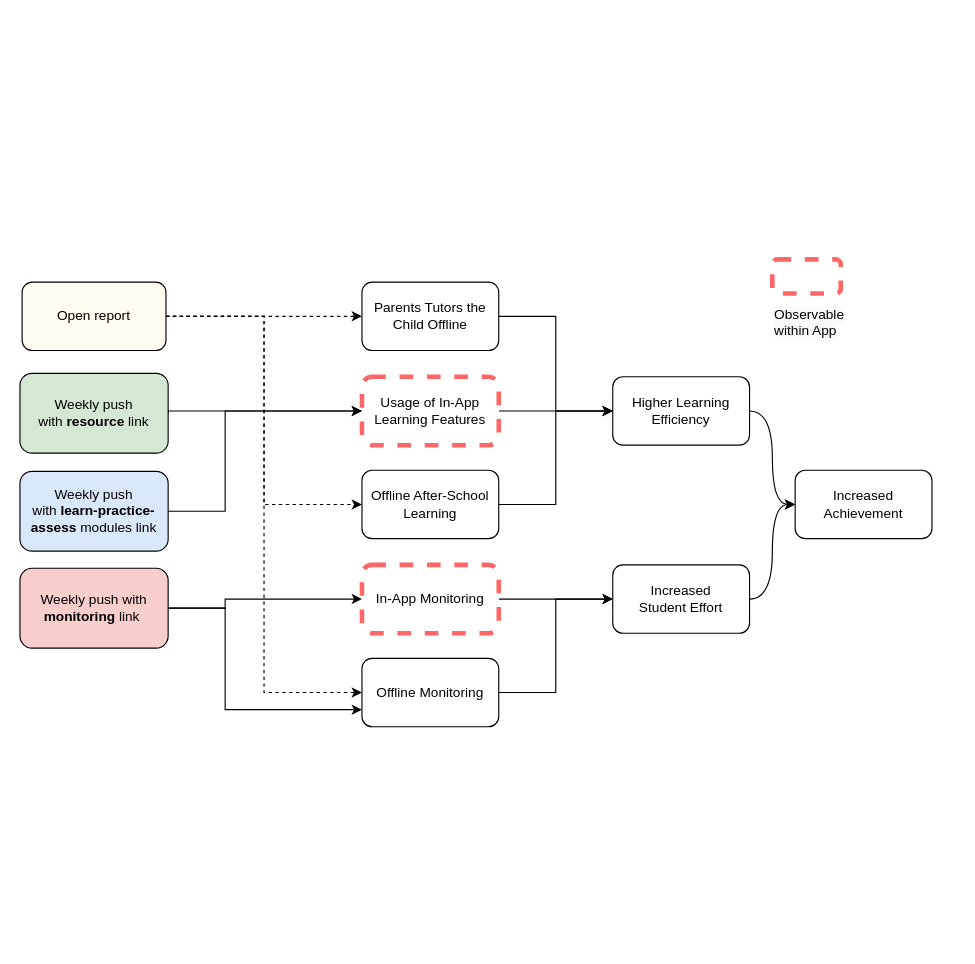
Before: parent_nudge_mechanism.drawio in henrishi/drawio, a draw.io diagram. Source tidied: cells renumbered, new cells numbered last; positions are measured from the earlier drawing's top-left corner, leaving out a move shared by most shapes. Both pictures are drawn from the tidied source at 114%, with x=0, y=0 at pixel (19, 259).
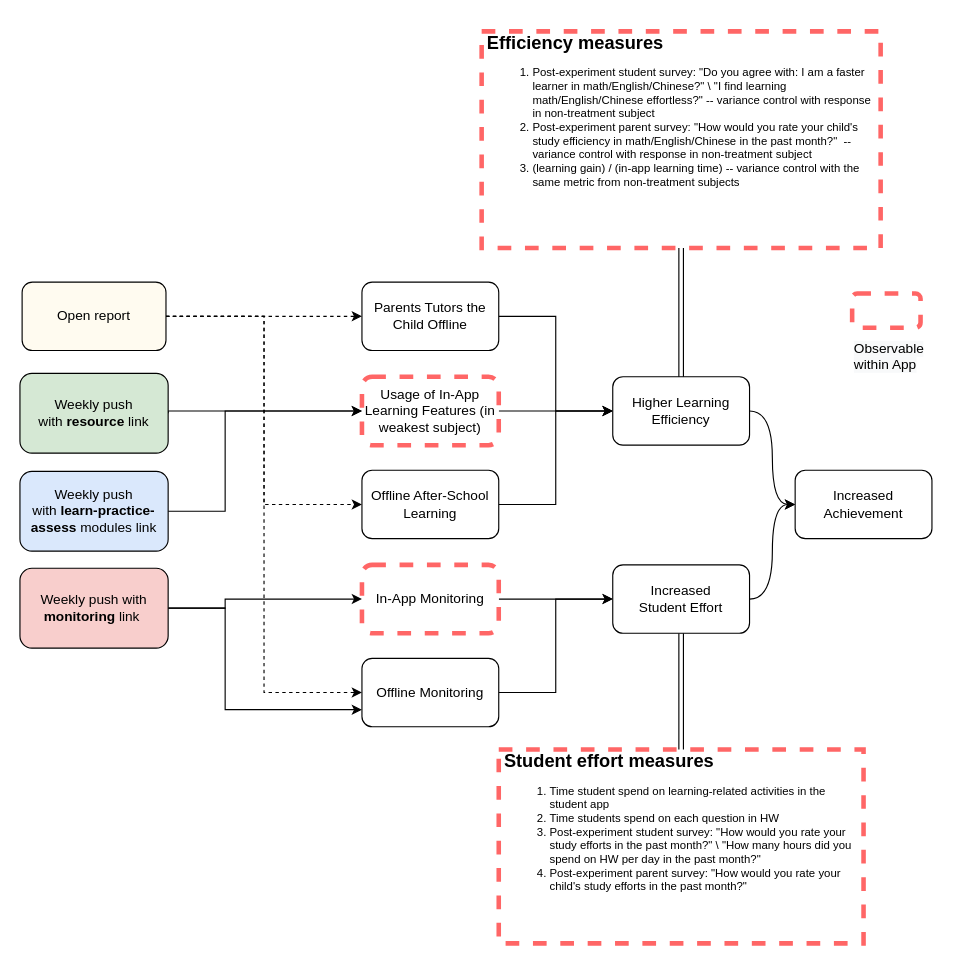
After the change.

Unchanged cells that the change refers to:
```xml
<mxCell id="24" value="Increased &lt;br&gt;Student Effort" style="rounded=1;whiteSpace=wrap;html=1;" parent="1" vertex="1">
  <mxGeometry x="520" y="268" width="120" height="60" as="geometry" />
</mxCell>
<mxCell id="26" value="Higher Learning Efficiency" style="rounded=1;whiteSpace=wrap;html=1;" parent="1" vertex="1">
  <mxGeometry x="520" y="103" width="120" height="60" as="geometry" />
</mxCell>
```

Change to the diagram source:
```diff
@@
-    <mxCell id="18" value="Usage of In-App Learning Features" style="rounded=1;whiteSpace=wrap;html=1;dashed=1;strokeWidth=4;strokeColor=#FF6666;" parent="1" vertex="1">
+    <mxCell id="18" value="Usage of In-App Learning Features (in weakest subject)" style="rounded=1;whiteSpace=wrap;html=1;dashed=1;strokeWidth=4;strokeColor=#FF6666;" parent="1" vertex="1">
       <mxGeometry x="300" y="103" width="120" height="60" as="geometry" />
     </mxCell>
@@
+    <mxCell id="30" style="edgeStyle=orthogonalEdgeStyle;shape=link;rounded=0;jettySize=auto;html=1;exitX=0.5;exitY=1;exitDx=0;exitDy=0;entryX=0.5;entryY=0;entryDx=0;entryDy=0;" parent="1" edge="1" source="24" target="31">
+      <mxGeometry relative="1" as="geometry" />
+    </mxCell>
@@
     <mxCell id="28" style="rounded=1;whiteSpace=wrap;html=1;dashed=1;strokeWidth=4;strokeColor=#FF6666;" parent="1" vertex="1">
-      <mxGeometry x="660" width="60" height="30" as="geometry" />
+      <mxGeometry x="730" y="30" width="60" height="30" as="geometry" />
     </mxCell>
     <mxCell id="29" value="&lt;span style=&quot;color: rgb(0 , 0 , 0) ; font-family: &amp;#34;helvetica&amp;#34; ; font-size: 12px ; font-style: normal ; font-weight: 400 ; letter-spacing: normal ; text-align: center ; text-indent: 0px ; text-transform: none ; word-spacing: 0px ; background-color: rgb(248 , 249 , 250) ; display: inline ; float: none&quot;&gt;Observable within App&lt;/span&gt;" style="text;whiteSpace=wrap;html=1;" parent="1" vertex="1">
-      <mxGeometry x="660" y="35" width="90" height="30" as="geometry" />
+      <mxGeometry x="730" y="65" width="90" height="30" as="geometry" />
     </mxCell>
+    <mxCell id="31" value="&lt;h1 style=&quot;font-size: 16px&quot;&gt;&lt;font style=&quot;font-size: 16px&quot;&gt;Student effort measures&lt;/font&gt;&lt;/h1&gt;&lt;p style=&quot;font-size: 10px&quot;&gt;&lt;/p&gt;&lt;ol style=&quot;font-size: 10px&quot;&gt;&lt;li style=&quot;font-size: 10px&quot;&gt;Time student spend on learning-related activities in the student app&lt;/li&gt;&lt;li style=&quot;font-size: 10px&quot;&gt;Time students spend on each question in HW&lt;/li&gt;&lt;li style=&quot;font-size: 10px&quot;&gt;Post-experiment student survey: &quot;How would you rate your study efforts in the past month?&quot; \ &quot;How many hours did you spend on HW per day in the past month?&quot;&lt;/li&gt;&lt;li&gt;Post-experiment parent survey: &quot;How would you rate your child's study efforts in the past month?&quot;&lt;/li&gt;&lt;/ol&gt;&lt;p&gt;&lt;/p&gt;" style="text;html=1;fillColor=none;spacing=5;spacingTop=-20;whiteSpace=wrap;overflow=hidden;rounded=0;dashed=1;strokeColor=#FF6666;strokeWidth=4;" parent="1" vertex="1">
+      <mxGeometry x="420" y="430" width="320" height="170" as="geometry" />
+    </mxCell>
+    <mxCell id="32" style="edgeStyle=orthogonalEdgeStyle;rounded=0;jettySize=auto;html=1;shape=link;" parent="1" edge="1" source="33" target="26">
+      <mxGeometry relative="1" as="geometry" />
+    </mxCell>
+    <mxCell id="33" value="&lt;h1 style=&quot;font-size: 16px&quot;&gt;&lt;font style=&quot;font-size: 16px&quot;&gt;Efficiency measures&lt;/font&gt;&lt;/h1&gt;&lt;p style=&quot;font-size: 10px&quot;&gt;&lt;/p&gt;&lt;ol style=&quot;font-size: 10px&quot;&gt;&lt;li style=&quot;font-size: 10px&quot;&gt;&lt;span&gt;Post-experiment student survey: &quot;Do you agree with: I am a faster learner in math/English/Chinese?&quot; \ &quot;I find learning math/English/Chinese effortless?&quot; -- variance control with response in non-treatment subject&lt;/span&gt;&lt;br&gt;&lt;/li&gt;&lt;li&gt;Post-experiment parent survey: &quot;How would you rate your child's study efficiency in math/English/Chinese in the past month?&quot;&amp;nbsp;&amp;nbsp;-- variance control with response in non-treatment subject&lt;/li&gt;&lt;li&gt;(learning gain) / (in-app learning time) -- variance control with the same metric from non-treatment subjects&lt;/li&gt;&lt;/ol&gt;&lt;p&gt;&lt;/p&gt;" style="text;html=1;fillColor=none;spacing=5;spacingTop=-20;whiteSpace=wrap;overflow=hidden;rounded=0;dashed=1;strokeColor=#FF6666;strokeWidth=4;" parent="1" vertex="1">
+      <mxGeometry x="405" y="-200" width="350" height="190" as="geometry" />
+    </mxCell>
```
